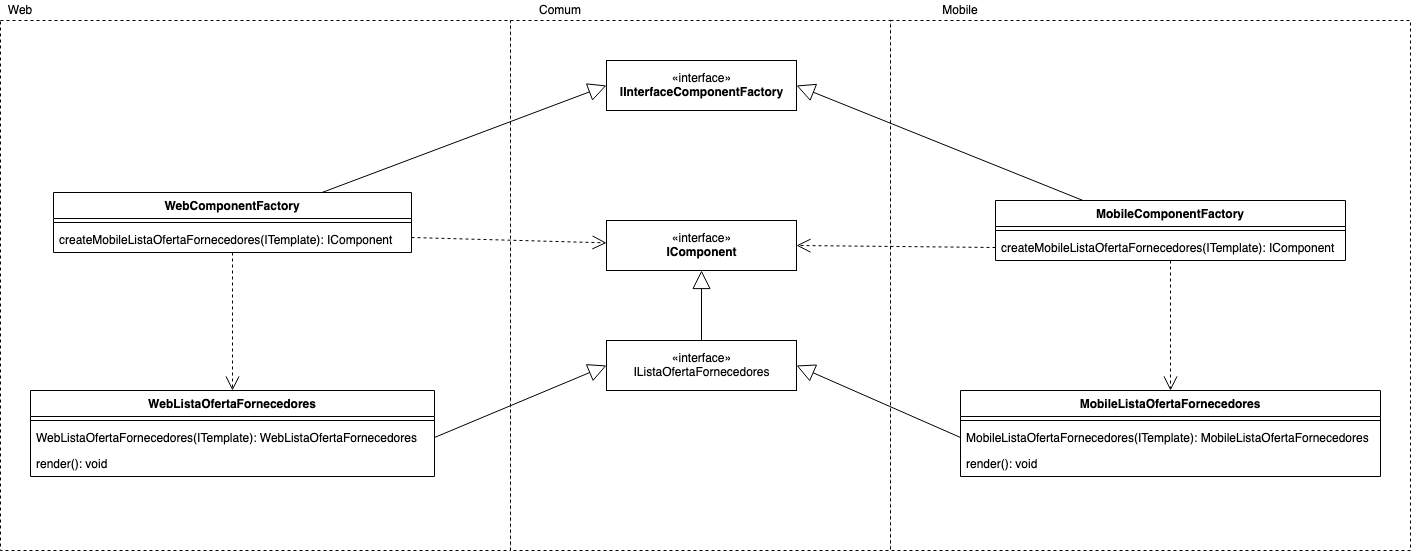
Above: Projeto Final/images/multilplas_interfaces.png in eNove/unicamp-engsoft-2020-inf331 (draw.io), before the change. Source tidied: cells renumbered, new cells last; positions are measured from the earlier drawing's top-left corner, leaving out a move shared by most shapes.
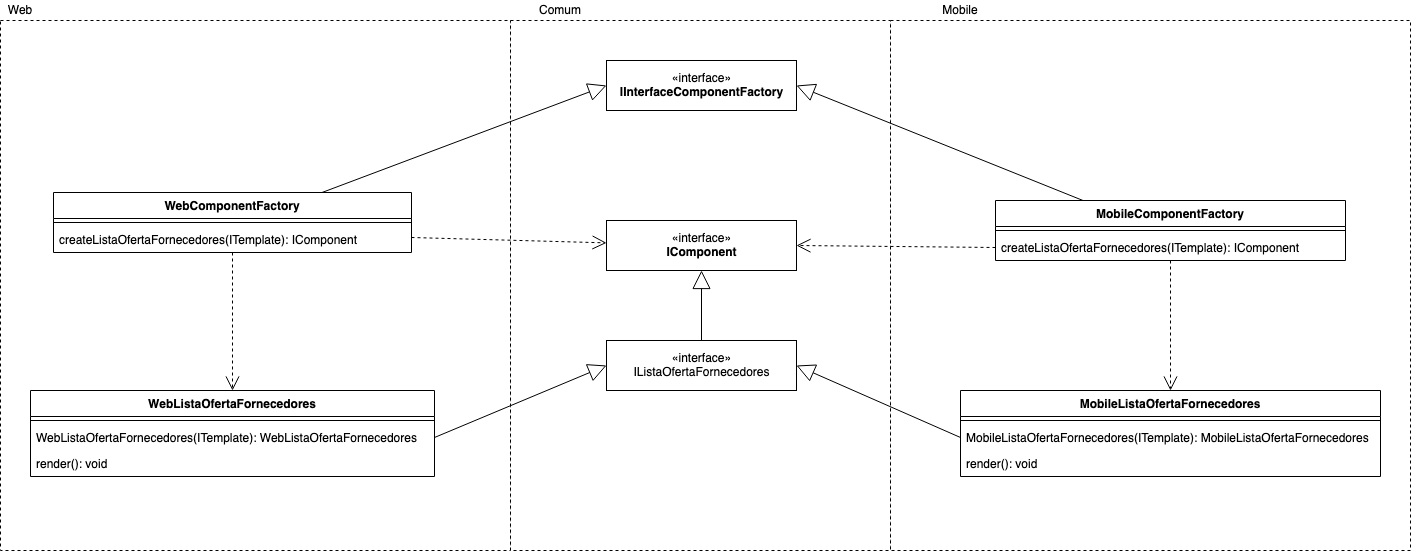
The same diagram one commit later.

Commit message:
Inclui a definição de Multiplas Interfaces

The edit, as a diff of the source:
```diff
@@ -38,7 +38,7 @@
     <mxCell id="13" style="line;strokeWidth=1;fillColor=none;align=left;verticalAlign=middle;spacingTop=-1;spacingLeft=3;spacingRight=3;labelPosition=right;flipH=1;" parent="12" vertex="1">
       <mxGeometry y="26" width="358" height="8" as="geometry" />
     </mxCell>
-    <mxCell id="14" value="createMobileListaOfertaFornecedores(ITemplate): IComponent" style="text;strokeColor=none;fillColor=none;align=left;verticalAlign=top;spacingLeft=4;spacingRight=4;overflow=hidden;flipH=1;" parent="12" vertex="1">
+    <mxCell id="14" value="createListaOfertaFornecedores(ITemplate): IComponent" style="text;strokeColor=none;fillColor=none;align=left;verticalAlign=top;spacingLeft=4;spacingRight=4;overflow=hidden;flipH=1;" parent="12" vertex="1">
       <mxGeometry y="34" width="358" height="26" as="geometry" />
     </mxCell>
     <mxCell id="15" style="endArrow=block;endSize=16;endFill=0;html=1;entryX=1;entryY=0.5;entryDx=0;entryDy=0;exitX=0;exitY=0.5;exitDx=0;exitDy=0;" parent="1" edge="1" source="29" target="32">
@@ -74,7 +74,7 @@
     <mxCell id="25" style="line;strokeWidth=1;fillColor=none;align=left;verticalAlign=middle;spacingTop=-1;spacingLeft=3;spacingRight=3;labelPosition=right;flipH=1;" parent="24" vertex="1">
       <mxGeometry y="26" width="350" height="8" as="geometry" />
     </mxCell>
-    <mxCell id="26" value="createMobileListaOfertaFornecedores(ITemplate): IComponent" style="text;strokeColor=none;fillColor=none;align=left;verticalAlign=top;spacingLeft=4;spacingRight=4;overflow=hidden;points=[[0,0.5],[1,0.5]];portConstraint=eastwest;flipH=1;" parent="24" vertex="1">
+    <mxCell id="26" value="createListaOfertaFornecedores(ITemplate): IComponent" style="text;strokeColor=none;fillColor=none;align=left;verticalAlign=top;spacingLeft=4;spacingRight=4;overflow=hidden;points=[[0,0.5],[1,0.5]];portConstraint=eastwest;flipH=1;" parent="24" vertex="1">
       <mxGeometry y="34" width="350" height="26" as="geometry" />
     </mxCell>
     <mxCell id="27" value="MobileListaOfertaFornecedores" style="swimlane;fontStyle=1;align=center;verticalAlign=top;horizontal=1;startSize=26;flipH=1;" parent="1" vertex="1">
```
